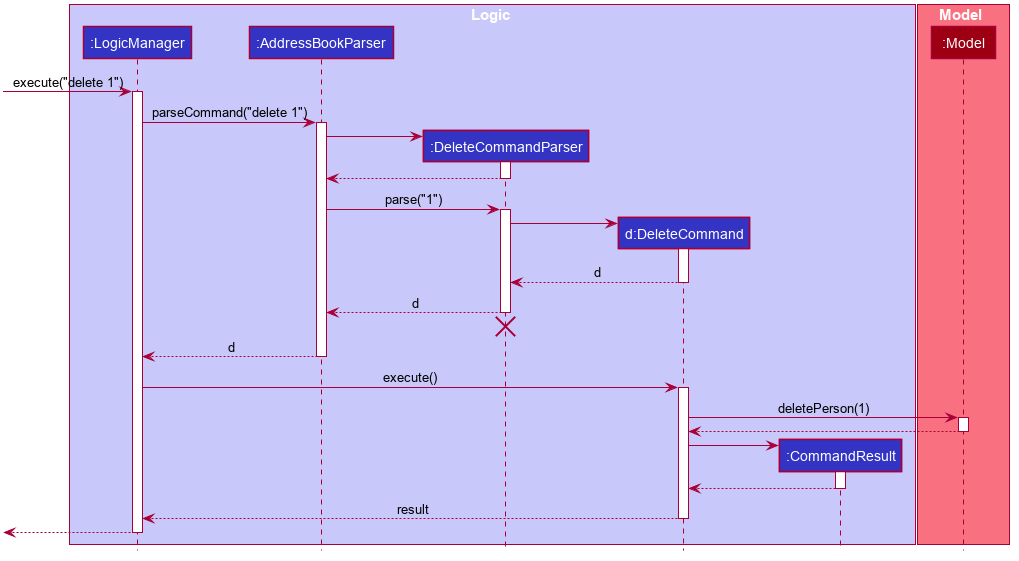
nus-cs2103-AY1920S1/addressbook-level3 keeps this PlantUML diagram as docs/images/DeleteSequenceDiagram.png. Above is the earlier version.
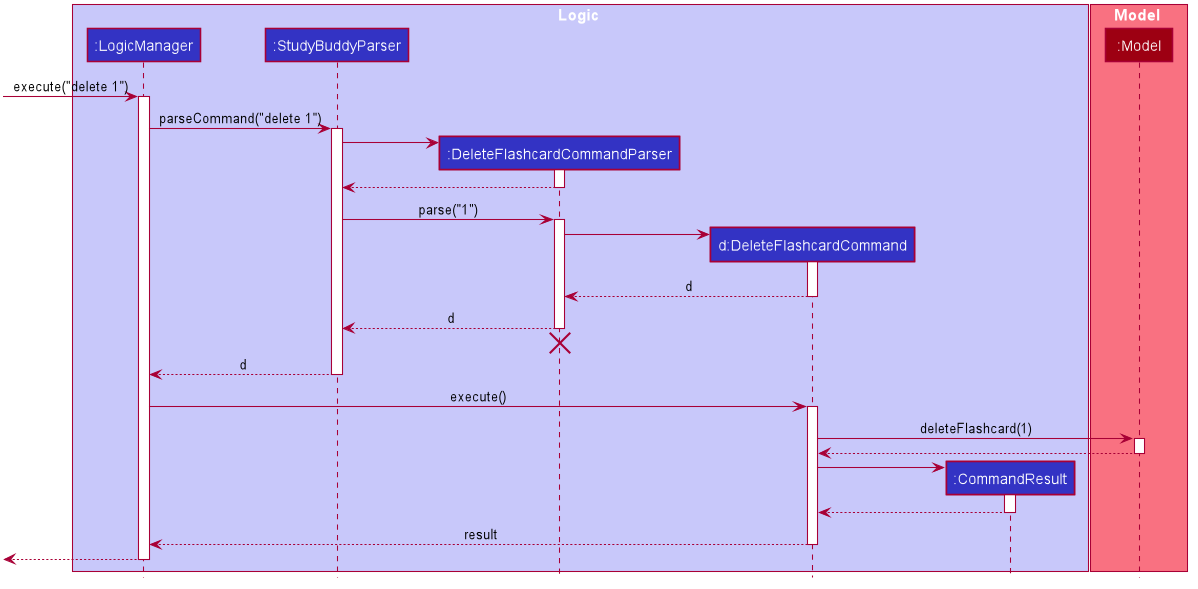
Later version of the same file.

Change to the diagram source:
```diff
@@ -50,9 +50,9 @@
 
 box Logic #C8C8FA
 participant ":LogicManager" as LogicManager #3333C4
-participant ":AddressBookParser" as AddressBookParser #3333C4
-participant ":DeleteCommandParser" as DeleteCommandParser #3333C4
-participant "d:DeleteCommand" as DeleteCommand #3333C4
+participant ":StudyBuddyParser" as StudyBuddyParser #3333C4
+participant ":DeleteFlashcardCommandParser" as DeleteFlashcardCommandParser #3333C4
+participant "d:DeleteFlashcardCommand" as DeleteFlashcardCommand #3333C4
 participant ":CommandResult" as CommandResult #3333C4
 end box
 
@@ -63,52 +63,52 @@
 [-> LogicManager : execute("delete 1")
 activate LogicManager
 
-LogicManager -> AddressBookParser : parseCommand("delete 1")
-activate AddressBookParser
+LogicManager -> StudyBuddyParser : parseCommand("delete 1")
+activate StudyBuddyParser
 
-create DeleteCommandParser
-AddressBookParser -> DeleteCommandParser
-activate DeleteCommandParser
+create DeleteFlashcardCommandParser
+StudyBuddyParser -> DeleteFlashcardCommandParser
+activate DeleteFlashcardCommandParser
 
-DeleteCommandParser --> AddressBookParser
-deactivate DeleteCommandParser
+DeleteFlashcardCommandParser --> StudyBuddyParser
+deactivate DeleteFlashcardCommandParser
 
-AddressBookParser -> DeleteCommandParser : parse("1")
-activate DeleteCommandParser
+StudyBuddyParser -> DeleteFlashcardCommandParser : parse("1")
+activate DeleteFlashcardCommandParser
 
-create DeleteCommand
-DeleteCommandParser -> DeleteCommand
-activate DeleteCommand
+create DeleteFlashcardCommand
+DeleteFlashcardCommandParser -> DeleteFlashcardCommand
+activate DeleteFlashcardCommand
 
-DeleteCommand --> DeleteCommandParser : d
-deactivate DeleteCommand
+DeleteFlashcardCommand --> DeleteFlashcardCommandParser : d
+deactivate DeleteFlashcardCommand
 
-DeleteCommandParser --> AddressBookParser : d
-deactivate DeleteCommandParser
-DeleteCommandParser -[hidden]-> AddressBookParser
-destroy DeleteCommandParser
+DeleteFlashcardCommandParser --> StudyBuddyParser : d
+deactivate DeleteFlashcardCommandParser
+DeleteFlashcardCommandParser -[hidden]-> StudyBuddyParser
+destroy DeleteFlashcardCommandParser
 
-AddressBookParser --> LogicManager : d
-deactivate AddressBookParser
+StudyBuddyParser --> LogicManager : d
+deactivate StudyBuddyParser
 
-LogicManager -> DeleteCommand : execute()
-activate DeleteCommand
+LogicManager -> DeleteFlashcardCommand : execute()
+activate DeleteFlashcardCommand
 
-DeleteCommand -> Model : deletePerson(1)
+DeleteFlashcardCommand -> Model : deleteFlashcard(1)
 activate Model
 
-Model --> DeleteCommand
+Model --> DeleteFlashcardCommand
 deactivate Model
 
 create CommandResult
-DeleteCommand -> CommandResult
+DeleteFlashcardCommand -> CommandResult
 activate CommandResult
 
-CommandResult --> DeleteCommand
+CommandResult --> DeleteFlashcardCommand
 deactivate CommandResult
 
-DeleteCommand --> LogicManager : result
-deactivate DeleteCommand
+DeleteFlashcardCommand --> LogicManager : result
+deactivate DeleteFlashcardCommand
 
 [<--LogicManager
 deactivate LogicManager
```
